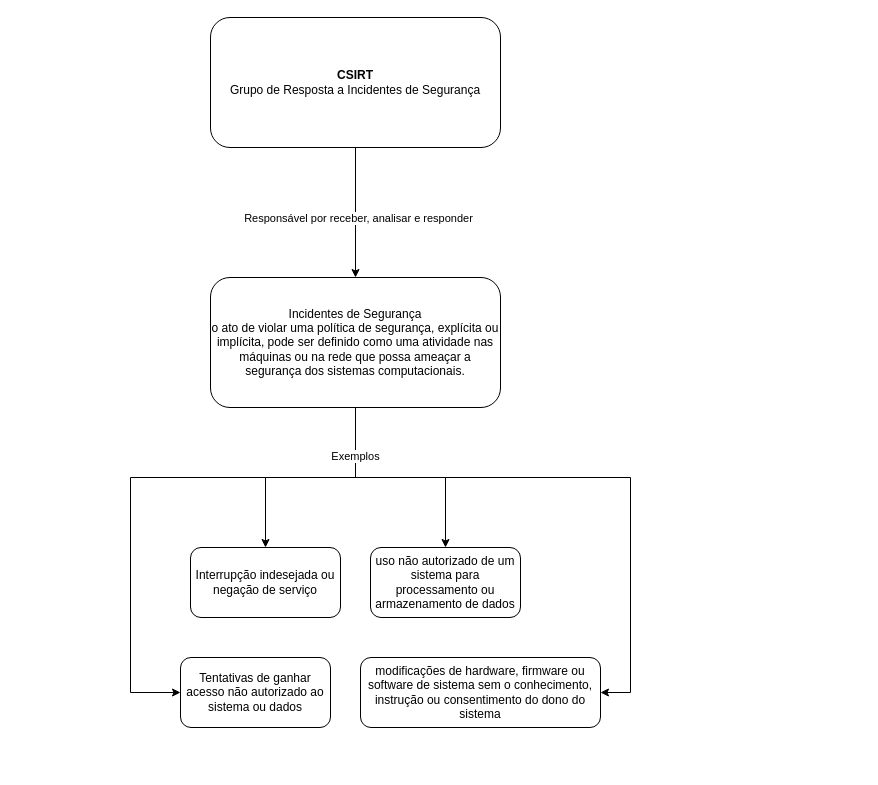
evelopes/diagramas keeps this draw.io diagram as segurancaEDireitoDigital.drawio. Above is the earlier version. Source tidied: cells renumbered, new cells numbered last; positions are measured from the earlier drawing's top-left corner, leaving out a move shared by most shapes. Both pictures are drawn from the tidied source at 100%, with x=0, y=0 at pixel (130, 17).
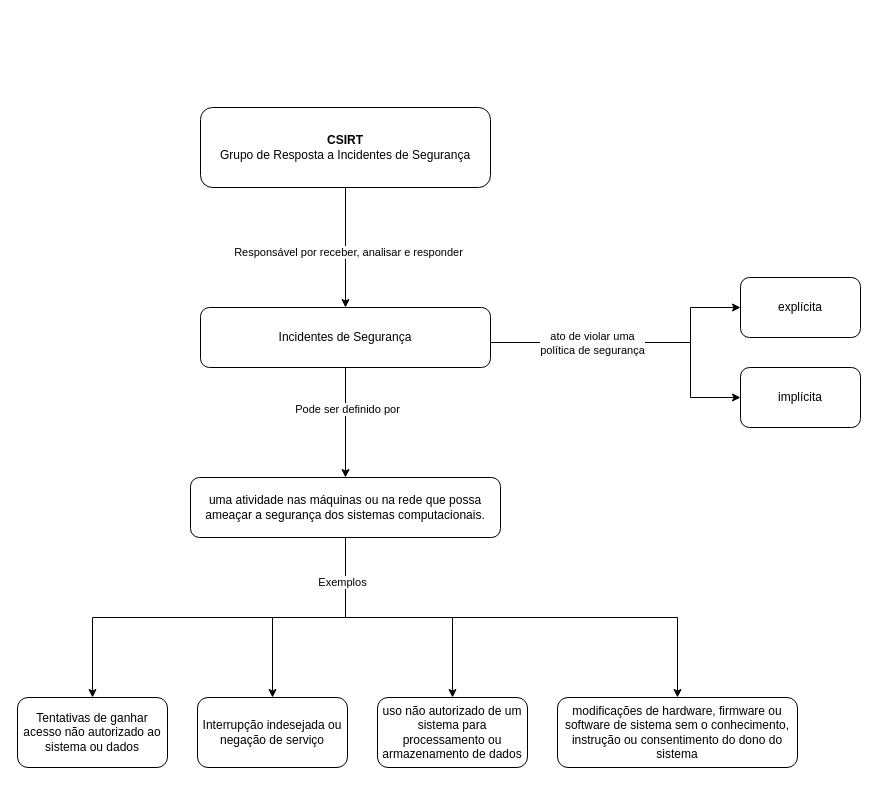
The same diagram, later.

The edit, as a diff of the source:
```diff
@@
     <mxCell id="4" value="&lt;b&gt;CSIRT&lt;/b&gt;&lt;br&gt;Grupo de Resposta a Incidentes de Segurança" style="rounded=1;whiteSpace=wrap;html=1;" parent="1" vertex="1">
-      <mxGeometry x="80" width="290" height="130" as="geometry" />
+      <mxGeometry x="70" y="90" width="290" height="80" as="geometry" />
     </mxCell>
-    <mxCell id="5" style="edgeStyle=orthogonalEdgeStyle;rounded=0;jettySize=auto;html=1;entryX=0.5;entryY=0;entryDx=0;entryDy=0;" parent="1" edge="1" source="10" target="12">
-      <mxGeometry relative="1" as="geometry">
-        <Array as="points">
-          <mxPoint x="225" y="460" />
-          <mxPoint x="135" y="460" />
-        </Array>
-      </mxGeometry>
-    </mxCell>
-    <mxCell id="6" style="edgeStyle=orthogonalEdgeStyle;rounded=0;jettySize=auto;html=1;entryX=0.5;entryY=0;entryDx=0;entryDy=0;" parent="1" edge="1" source="10" target="14">
-      <mxGeometry relative="1" as="geometry" />
-    </mxCell>
-    <mxCell id="7" style="edgeStyle=orthogonalEdgeStyle;rounded=0;jettySize=auto;html=1;entryX=1;entryY=0.5;entryDx=0;entryDy=0;" parent="1" edge="1" source="10" target="13">
-      <mxGeometry relative="1" as="geometry">
-        <Array as="points">
-          <mxPoint x="225" y="460" />
-          <mxPoint x="500" y="460" />
-          <mxPoint x="500" y="675" />
-        </Array>
-      </mxGeometry>
-    </mxCell>
-    <mxCell id="8" style="edgeStyle=orthogonalEdgeStyle;rounded=0;jettySize=auto;html=1;" parent="1" edge="1" source="10" target="11">
-      <mxGeometry relative="1" as="geometry">
-        <Array as="points">
-          <mxPoint x="225" y="460" />
-          <mxPoint y="460" />
-          <mxPoint y="675" />
-        </Array>
-      </mxGeometry>
-    </mxCell>
-    <mxCell id="9" value="Exemplos" style="edgeLabel;html=1;align=center;verticalAlign=middle;" parent="8" vertex="1">
-      <mxGeometry x="-0.83" y="-1" relative="1" as="geometry" />
-    </mxCell>
+    <mxCell id="15" style="edgeStyle=orthogonalEdgeStyle;rounded=0;jettySize=auto;html=1;entryX=0;entryY=0.5;entryDx=0;entryDy=0;" parent="1" edge="1" source="10" target="20">
+      <mxGeometry relative="1" as="geometry">
+        <Array as="points">
+          <mxPoint x="560" y="325" />
+          <mxPoint x="560" y="290" />
+        </Array>
+      </mxGeometry>
+    </mxCell>
+    <mxCell id="16" style="edgeStyle=orthogonalEdgeStyle;rounded=0;jettySize=auto;html=1;entryX=0;entryY=0.5;entryDx=0;entryDy=0;" parent="1" edge="1" source="10" target="21">
+      <mxGeometry relative="1" as="geometry">
+        <Array as="points">
+          <mxPoint x="560" y="325" />
+          <mxPoint x="560" y="380" />
+        </Array>
+      </mxGeometry>
+    </mxCell>
+    <mxCell id="17" value="ato de violar uma &lt;br&gt;política de segurança" style="edgeLabel;html=1;align=center;verticalAlign=middle;" parent="16" vertex="1">
+      <mxGeometry x="-0.3" y="1" relative="1" as="geometry">
+        <mxPoint x="-6" y="1" as="offset" />
+      </mxGeometry>
+    </mxCell>
+    <mxCell id="18" style="edgeStyle=orthogonalEdgeStyle;rounded=0;jettySize=auto;html=1;" parent="1" edge="1" source="10" target="26">
+      <mxGeometry relative="1" as="geometry" />
+    </mxCell>
+    <mxCell id="19" value="Pode ser definido por" style="edgeLabel;html=1;align=center;verticalAlign=middle;" parent="18" vertex="1">
+      <mxGeometry x="-0.25" y="1" relative="1" as="geometry" />
+    </mxCell>
-    <mxCell id="10" value="Incidentes de Segurança&lt;br&gt;o ato de violar uma política de segurança, explícita ou implícita,&amp;nbsp;pode ser definido como uma atividade nas máquinas ou na rede que possa ameaçar a segurança dos sistemas computacionais." style="rounded=1;whiteSpace=wrap;html=1;" parent="1" vertex="1">
-      <mxGeometry x="80" y="260" width="290" height="130" as="geometry" />
+    <mxCell id="10" value="Incidentes de Segurança" style="rounded=1;whiteSpace=wrap;html=1;" parent="1" vertex="1">
+      <mxGeometry x="70" y="290" width="290" height="60" as="geometry" />
     </mxCell>
     <mxCell id="11" value="Tentativas de ganhar acesso não autorizado ao sistema ou dados" style="rounded=1;whiteSpace=wrap;html=1;" parent="1" vertex="1">
-      <mxGeometry x="50" y="640" width="150" height="70" as="geometry" />
+      <mxGeometry x="-113" y="680" width="150" height="70" as="geometry" />
     </mxCell>
     <mxCell id="12" value="Interrupção indesejada ou negação de serviço" style="rounded=1;whiteSpace=wrap;html=1;" parent="1" vertex="1">
-      <mxGeometry x="60" y="530" width="150" height="70" as="geometry" />
+      <mxGeometry x="67" y="680" width="150" height="70" as="geometry" />
     </mxCell>
     <mxCell id="13" value="modificações de hardware, firmware ou software de sistema sem o conhecimento, instrução ou consentimento do dono do sistema" style="rounded=1;whiteSpace=wrap;html=1;" parent="1" vertex="1">
-      <mxGeometry x="230" y="640" width="240" height="70" as="geometry" />
+      <mxGeometry x="427" y="680" width="240" height="70" as="geometry" />
     </mxCell>
     <mxCell id="14" value="uso não autorizado de um sistema para processamento ou armazenamento de dados" style="rounded=1;whiteSpace=wrap;html=1;" parent="1" vertex="1">
-      <mxGeometry x="240" y="530" width="150" height="70" as="geometry" />
+      <mxGeometry x="247" y="680" width="150" height="70" as="geometry" />
     </mxCell>
+    <mxCell id="20" value="explícita" style="whiteSpace=wrap;html=1;rounded=1;" parent="1" vertex="1">
+      <mxGeometry x="610" y="260" width="120" height="60" as="geometry" />
+    </mxCell>
+    <mxCell id="21" value="implícita" style="whiteSpace=wrap;html=1;rounded=1;" parent="1" vertex="1">
+      <mxGeometry x="610" y="350" width="120" height="60" as="geometry" />
+    </mxCell>
+    <mxCell id="22" style="edgeStyle=orthogonalEdgeStyle;rounded=0;jettySize=auto;html=1;exitX=0.5;exitY=1;exitDx=0;exitDy=0;" parent="1" edge="1" source="26" target="11">
+      <mxGeometry relative="1" as="geometry" />
+    </mxCell>
+    <mxCell id="23" style="edgeStyle=orthogonalEdgeStyle;rounded=0;jettySize=auto;html=1;" parent="1" edge="1" source="26" target="12">
+      <mxGeometry relative="1" as="geometry" />
+    </mxCell>
+    <mxCell id="24" style="edgeStyle=orthogonalEdgeStyle;rounded=0;jettySize=auto;html=1;entryX=0.5;entryY=0;entryDx=0;entryDy=0;" parent="1" edge="1" source="26" target="14">
+      <mxGeometry relative="1" as="geometry" />
+    </mxCell>
+    <mxCell id="25" style="edgeStyle=orthogonalEdgeStyle;rounded=0;jettySize=auto;html=1;exitX=0.5;exitY=1;exitDx=0;exitDy=0;" parent="1" edge="1" source="26" target="13">
+      <mxGeometry relative="1" as="geometry" />
+    </mxCell>
+    <mxCell id="9" value="Exemplos" style="edgeLabel;html=1;align=center;verticalAlign=middle;" parent="25" vertex="1">
+      <mxGeometry x="-0.82" y="-4" relative="1" as="geometry" />
+    </mxCell>
+    <mxCell id="26" value="uma atividade nas máquinas ou na rede que possa ameaçar a segurança dos sistemas computacionais." style="rounded=1;whiteSpace=wrap;html=1;" parent="1" vertex="1">
+      <mxGeometry x="60" y="460" width="310" height="60" as="geometry" />
+    </mxCell>
```
